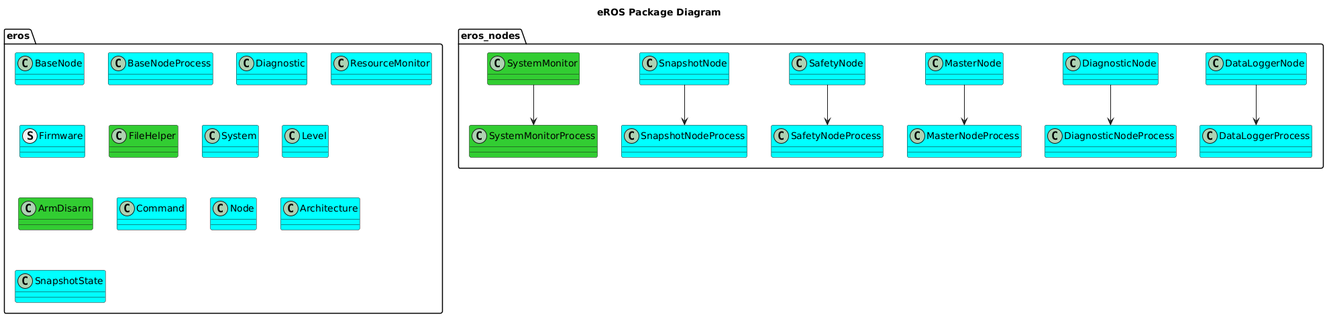
The PlantUML diagram doc/output/EROSPackageDiagram.png in dgitz/eros, before a commit. Its diagram source:
```plantuml
@startuml
title eROS Package Diagram
package eros {
    class BaseNode #Cyan
    class BaseNodeProcess #Cyan
    class Diagnostic #Cyan
    class ResourceMonitor #Cyan
    struct Firmware #Cyan
    class FileHelper #LimeGreen
    class System #Cyan
    class Level #Cyan
    class ArmDisarm #LimeGreen
    class Command #Cyan
    class Node #Cyan
    class Architecture #Cyan
    class SnapshotState #Cyan

}
package eros_nodes {
    class DataLoggerNode #Cyan
    class DataLoggerProcess #Cyan
    DataLoggerNode --> DataLoggerProcess
    class DiagnosticNode #Cyan
    class DiagnosticNodeProcess #Cyan
    DiagnosticNode --> DiagnosticNodeProcess
    class MasterNode #Cyan
    class MasterNodeProcess #Cyan
    MasterNode --> MasterNodeProcess
    class SafetyNode #Cyan
    class SafetyNodeProcess #Cyan
    SafetyNode --> SafetyNodeProcess
    class SnapshotNode #Cyan
    class SnapshotNodeProcess #Cyan
    SnapshotNode --> SnapshotNodeProcess
    class SystemMonitor #LimeGreen
    class SystemMonitorProcess #LimeGreen
    SystemMonitor --> SystemMonitorProcess
}
@enduml
```
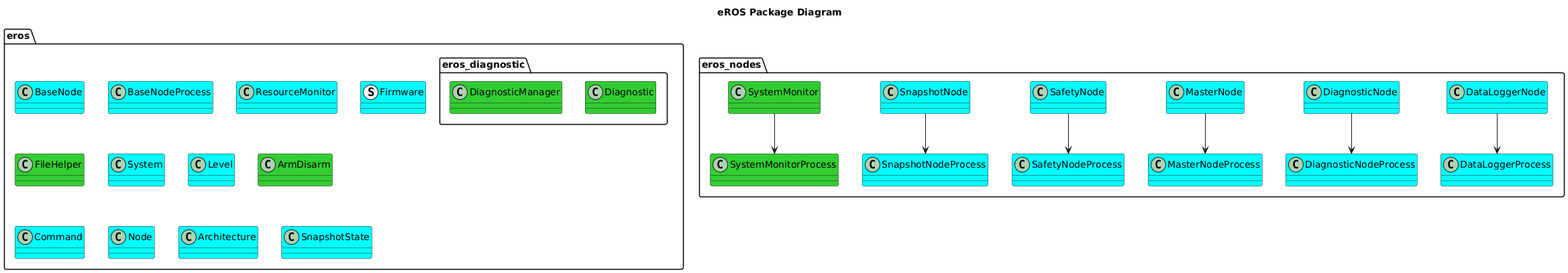
The same file after the commit.

Change to the diagram source:
```diff
@@ -3,7 +3,7 @@
 package eros {
     class BaseNode #Cyan
     class BaseNodeProcess #Cyan
-    class Diagnostic #Cyan
+
     class ResourceMonitor #Cyan
     struct Firmware #Cyan
     class FileHelper #LimeGreen
@@ -14,6 +14,10 @@
     class Node #Cyan
     class Architecture #Cyan
     class SnapshotState #Cyan
+    package eros_diagnostic {
+        class Diagnostic #LimeGreen
+        class DiagnosticManager #LimeGreen
+    }
 
 }
 package eros_nodes {
```
